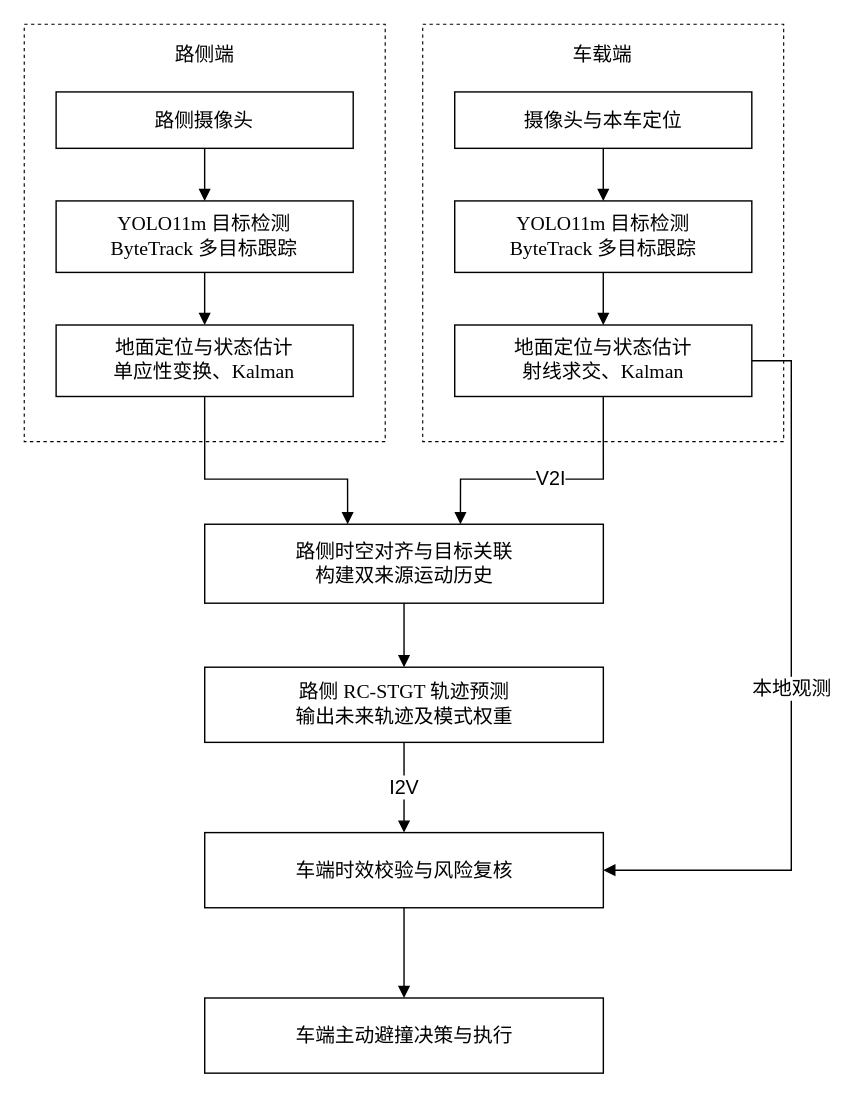
The draw.io diagram page "车路协同感知与信息交互流程" (2 of 6) of docs/figures/flowcharts_paper_2026-10-26/论文流程图.drawio in AaaBinfinity/OccluActiSafe, before the edit. Source tidied: cells renumbered, new cells numbered last; positions are measured from the earlier drawing's top-left corner, leaving out a move shared by most shapes. Both pictures are drawn from the tidied source at 141%, with x=0, y=0 at pixel (24, 24).
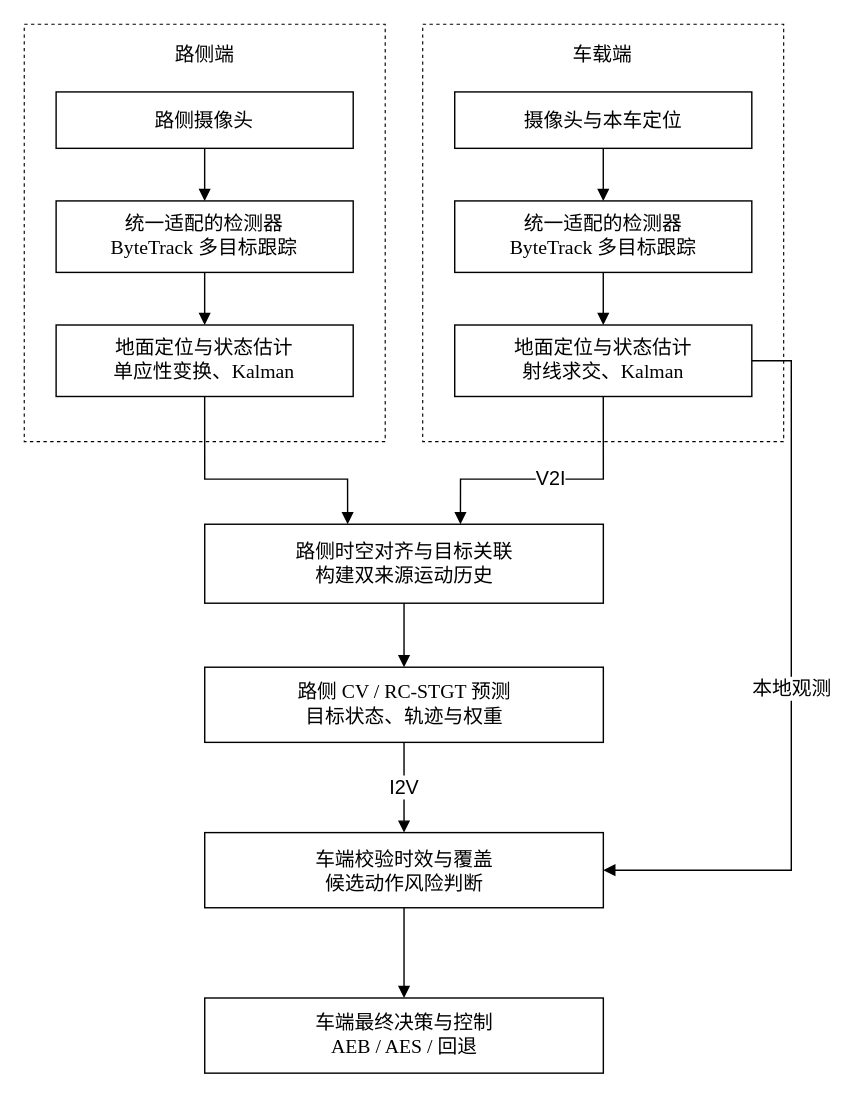
After the change.

Change to the diagram source:
```diff
@@
-    <mxCell id="5" value="&lt;span style=&quot;white-space:pre;font-family:Times New Roman&quot;&gt;YOLO11m &lt;/span&gt;&lt;span style=&quot;white-space:pre;font-family:SimSun&quot;&gt;目标检测&lt;/span&gt;&lt;br&gt;&lt;span style=&quot;white-space:pre;font-family:Times New Roman&quot;&gt;ByteTrack &lt;/span&gt;&lt;span style=&quot;white-space:pre;font-family:SimSun&quot;&gt;多目标跟踪&lt;/span&gt;" style="shape=rectangle;rounded=0;whiteSpace=wrap;html=1;fillColor=#ffffff;strokeColor=#000000;strokeWidth=1;fontColor=#000000;fontFamily=SimSun;fontSize=14;align=center;verticalAlign=middle;" parent="1" vertex="1">
+    <mxCell id="5" value="&lt;span style=&quot;white-space:pre;font-family:SimSun&quot;&gt;统一适配的检测器&lt;/span&gt;&lt;br&gt;&lt;span style=&quot;white-space:pre;font-family:Times New Roman&quot;&gt;ByteTrack &lt;/span&gt;&lt;span style=&quot;white-space:pre;font-family:SimSun&quot;&gt;多目标跟踪&lt;/span&gt;" style="shape=rectangle;rounded=0;whiteSpace=wrap;html=1;fillColor=#ffffff;strokeColor=#000000;strokeWidth=1;fontColor=#000000;fontFamily=SimSun;fontSize=14;align=center;verticalAlign=middle;" parent="1" vertex="1">
       <mxGeometry x="22.3" y="125" width="210.7" height="50.7" as="geometry" />
     </mxCell>
@@
-    <mxCell id="8" value="&lt;span style=&quot;white-space:pre;font-family:Times New Roman&quot;&gt;YOLO11m &lt;/span&gt;&lt;span style=&quot;white-space:pre;font-family:SimSun&quot;&gt;目标检测&lt;/span&gt;&lt;br&gt;&lt;span style=&quot;white-space:pre;font-family:Times New Roman&quot;&gt;ByteTrack &lt;/span&gt;&lt;span style=&quot;white-space:pre;font-family:SimSun&quot;&gt;多目标跟踪&lt;/span&gt;" style="shape=rectangle;rounded=0;whiteSpace=wrap;html=1;fillColor=#ffffff;strokeColor=#000000;strokeWidth=1;fontColor=#000000;fontFamily=SimSun;fontSize=14;align=center;verticalAlign=middle;" parent="1" vertex="1">
+    <mxCell id="8" value="&lt;span style=&quot;white-space:pre;font-family:SimSun&quot;&gt;统一适配的检测器&lt;/span&gt;&lt;br&gt;&lt;span style=&quot;white-space:pre;font-family:Times New Roman&quot;&gt;ByteTrack &lt;/span&gt;&lt;span style=&quot;white-space:pre;font-family:SimSun&quot;&gt;多目标跟踪&lt;/span&gt;" style="shape=rectangle;rounded=0;whiteSpace=wrap;html=1;fillColor=#ffffff;strokeColor=#000000;strokeWidth=1;fontColor=#000000;fontFamily=SimSun;fontSize=14;align=center;verticalAlign=middle;" parent="1" vertex="1">
       <mxGeometry x="305" y="125" width="210.7" height="50.7" as="geometry" />
     </mxCell>
@@
-    <mxCell id="11" value="&lt;span style=&quot;white-space:pre;font-family:SimSun&quot;&gt;路侧&lt;/span&gt;&lt;span style=&quot;white-space:pre;font-family:Times New Roman&quot;&gt; RC-STGT &lt;/span&gt;&lt;span style=&quot;white-space:pre;font-family:SimSun&quot;&gt;轨迹预测&lt;/span&gt;&lt;br&gt;&lt;span style=&quot;white-space:pre;font-family:SimSun&quot;&gt;输出未来轨迹及模式权重&lt;/span&gt;" style="shape=rectangle;rounded=0;whiteSpace=wrap;html=1;fillColor=#ffffff;strokeColor=#000000;strokeWidth=1;fontColor=#000000;fontFamily=SimSun;fontSize=14;align=center;verticalAlign=middle;" parent="1" vertex="1">
+    <mxCell id="11" value="&lt;span style=&quot;white-space:pre;font-family:SimSun&quot;&gt;路侧&lt;/span&gt;&lt;span style=&quot;white-space:pre;font-family:Times New Roman&quot;&gt; CV / RC-STGT &lt;/span&gt;&lt;span style=&quot;white-space:pre;font-family:SimSun&quot;&gt;预测&lt;/span&gt;&lt;br&gt;&lt;span style=&quot;white-space:pre;font-family:SimSun&quot;&gt;目标状态、轨迹与权重&lt;/span&gt;" style="shape=rectangle;rounded=0;whiteSpace=wrap;html=1;fillColor=#ffffff;strokeColor=#000000;strokeWidth=1;fontColor=#000000;fontFamily=SimSun;fontSize=14;align=center;verticalAlign=middle;" parent="1" vertex="1">
       <mxGeometry x="127.7" y="455.7" width="282.7" height="53.3" as="geometry" />
     </mxCell>
-    <mxCell id="12" value="&lt;span style=&quot;white-space:pre;font-family:SimSun&quot;&gt;车端时效校验与风险复核&lt;/span&gt;" style="shape=rectangle;rounded=0;whiteSpace=wrap;html=1;fillColor=#ffffff;strokeColor=#000000;strokeWidth=1;fontColor=#000000;fontFamily=SimSun;fontSize=14;align=center;verticalAlign=middle;" parent="1" vertex="1">
+    <mxCell id="12" value="&lt;span style=&quot;white-space:pre;font-family:SimSun&quot;&gt;车端校验时效与覆盖&lt;/span&gt;&lt;br&gt;&lt;span style=&quot;white-space:pre;font-family:SimSun&quot;&gt;候选动作风险判断&lt;/span&gt;" style="shape=rectangle;rounded=0;whiteSpace=wrap;html=1;fillColor=#ffffff;strokeColor=#000000;strokeWidth=1;fontColor=#000000;fontFamily=SimSun;fontSize=14;align=center;verticalAlign=middle;" parent="1" vertex="1">
       <mxGeometry x="127.7" y="573" width="282.7" height="53.3" as="geometry" />
     </mxCell>
-    <mxCell id="13" value="&lt;span style=&quot;white-space:pre;font-family:SimSun&quot;&gt;车端主动避撞决策与执行&lt;/span&gt;" style="shape=rectangle;rounded=0;whiteSpace=wrap;html=1;fillColor=#ffffff;strokeColor=#000000;strokeWidth=1;fontColor=#000000;fontFamily=SimSun;fontSize=14;align=center;verticalAlign=middle;" parent="1" vertex="1">
+    <mxCell id="13" value="&lt;span style=&quot;white-space:pre;font-family:SimSun&quot;&gt;车端最终决策与控制&lt;/span&gt;&lt;br&gt;&lt;span style=&quot;white-space:pre;font-family:Times New Roman&quot;&gt;AEB / AES / &lt;/span&gt;&lt;span style=&quot;white-space:pre;font-family:SimSun&quot;&gt;回退&lt;/span&gt;" style="shape=rectangle;rounded=0;whiteSpace=wrap;html=1;fillColor=#ffffff;strokeColor=#000000;strokeWidth=1;fontColor=#000000;fontFamily=SimSun;fontSize=14;align=center;verticalAlign=middle;" parent="1" vertex="1">
       <mxGeometry x="127.7" y="690.3" width="282.7" height="53.3" as="geometry" />
     </mxCell>
```
